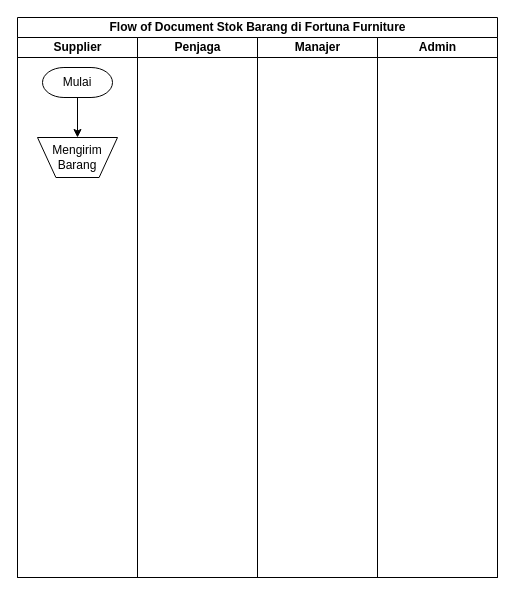
Earlier version of the draw.io diagram Flow of Document.drawio (adityafra/draw-pekael). Source tidied: cells renumbered, new cells numbered last; positions are measured from the earlier drawing's top-left corner, leaving out a move shared by most shapes. Both pictures are drawn from the tidied source at 100%, with x=0, y=0 at pixel (17, 17).
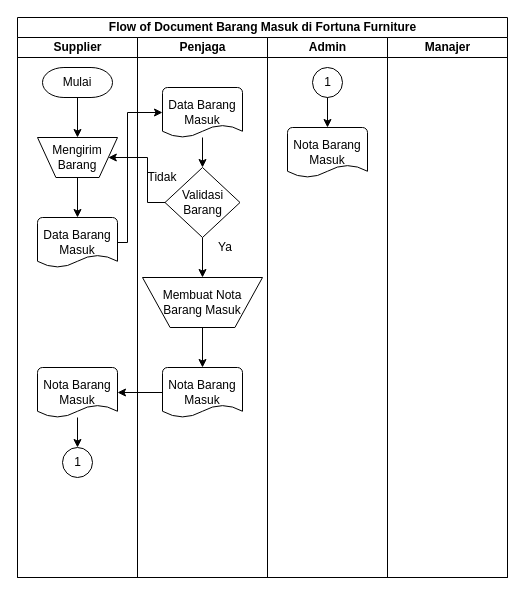
Above is the later version.

Commit message:
Barang Masuk Flow of Document.drawio

The change refers to these unchanged cells:
```xml
<mxCell id="3" value="Supplier" style="swimlane;startSize=20;html=1;" parent="2" vertex="1">
  <mxGeometry y="20" width="120" height="540" as="geometry" />
</mxCell>
<mxCell id="6" value="Mengirim Barang" style="verticalLabelPosition=middle;verticalAlign=middle;html=1;shape=trapezoid;perimeter=trapezoidPerimeter;whiteSpace=wrap;size=0.23;arcSize=10;flipV=1;labelPosition=center;align=center;" parent="3" vertex="1">
  <mxGeometry x="20" y="100" width="80" height="40" as="geometry" />
</mxCell>
```

Change to the diagram source:
```diff
@@
-    <mxCell id="2" value="Flow of Document Stok Barang di Fortuna Furniture" style="swimlane;startSize=20;html=1;" parent="1" vertex="1">
-      <mxGeometry width="480" height="560" as="geometry" />
+    <mxCell id="2" value="Flow of Document Barang Masuk di Fortuna Furniture" style="swimlane;startSize=20;html=1;" parent="1" vertex="1">
+      <mxGeometry width="490" height="560" as="geometry" />
     </mxCell>
@@
+    <mxCell id="10" value="Data Barang Masuk" style="strokeWidth=1;html=1;shape=mxgraph.flowchart.document2;whiteSpace=wrap;size=0.25;" parent="3" vertex="1">
+      <mxGeometry x="20" y="180" width="80" height="50" as="geometry" />
+    </mxCell>
+    <mxCell id="11" style="edgeStyle=orthogonalEdgeStyle;rounded=0;jettySize=auto;html=1;entryX=0.5;entryY=0;entryDx=0;entryDy=0;entryPerimeter=0;" parent="3" edge="1" source="6" target="10">
+      <mxGeometry relative="1" as="geometry" />
+    </mxCell>
+    <mxCell id="12" value="Nota Barang Masuk" style="strokeWidth=1;html=1;shape=mxgraph.flowchart.document2;whiteSpace=wrap;size=0.25;" parent="3" vertex="1">
+      <mxGeometry x="20" y="330" width="80" height="50" as="geometry" />
+    </mxCell>
+    <mxCell id="13" value="1" style="verticalLabelPosition=middle;verticalAlign=middle;html=1;shape=mxgraph.flowchart.on-page_reference;labelPosition=center;align=center;" parent="3" vertex="1">
+      <mxGeometry x="45" y="410" width="30" height="30" as="geometry" />
+    </mxCell>
+    <mxCell id="14" style="edgeStyle=orthogonalEdgeStyle;rounded=0;jettySize=auto;html=1;entryX=0.5;entryY=0;entryDx=0;entryDy=0;entryPerimeter=0;" parent="3" edge="1" source="12" target="13">
+      <mxGeometry relative="1" as="geometry" />
+    </mxCell>
     <mxCell id="7" value="Penjaga" style="swimlane;startSize=20;html=1;" parent="2" vertex="1">
-      <mxGeometry x="120" y="20" width="120" height="540" as="geometry" />
+      <mxGeometry x="120" y="20" width="130" height="540" as="geometry" />
     </mxCell>
+    <mxCell id="15" value="Data Barang Masuk" style="strokeWidth=1;html=1;shape=mxgraph.flowchart.document2;whiteSpace=wrap;size=0.25;" parent="7" vertex="1">
+      <mxGeometry x="25" y="50" width="80" height="50" as="geometry" />
+    </mxCell>
+    <mxCell id="16" style="edgeStyle=orthogonalEdgeStyle;rounded=0;jettySize=auto;html=1;" parent="7" edge="1" source="17" target="22">
+      <mxGeometry relative="1" as="geometry" />
+    </mxCell>
+    <mxCell id="17" value="Validasi Barang" style="strokeWidth=1;html=1;shape=mxgraph.flowchart.decision;whiteSpace=wrap;" parent="7" vertex="1">
+      <mxGeometry x="27.5" y="130" width="75" height="70" as="geometry" />
+    </mxCell>
+    <mxCell id="18" style="edgeStyle=orthogonalEdgeStyle;rounded=0;jettySize=auto;html=1;entryX=0.5;entryY=0;entryDx=0;entryDy=0;entryPerimeter=0;" parent="7" edge="1" source="15" target="17">
+      <mxGeometry relative="1" as="geometry" />
+    </mxCell>
+    <mxCell id="19" value="Nota Barang Masuk" style="strokeWidth=1;html=1;shape=mxgraph.flowchart.document2;whiteSpace=wrap;size=0.25;" parent="7" vertex="1">
+      <mxGeometry x="25" y="330" width="80" height="50" as="geometry" />
+    </mxCell>
+    <mxCell id="20" value="Ya" style="text;html=1;whiteSpace=wrap;strokeColor=none;fillColor=none;align=center;verticalAlign=middle;rounded=0;" parent="7" vertex="1">
+      <mxGeometry x="72.5" y="200" width="30" height="20" as="geometry" />
+    </mxCell>
+    <mxCell id="21" value="Tidak" style="text;html=1;whiteSpace=wrap;strokeColor=none;fillColor=none;align=center;verticalAlign=middle;rounded=0;" parent="7" vertex="1">
+      <mxGeometry x="10" y="130" width="30" height="20" as="geometry" />
+    </mxCell>
+    <mxCell id="22" value="Membuat Nota Barang Masuk" style="verticalLabelPosition=middle;verticalAlign=middle;html=1;shape=trapezoid;perimeter=trapezoidPerimeter;whiteSpace=wrap;size=0.23;arcSize=10;flipV=1;labelPosition=center;align=center;" parent="7" vertex="1">
+      <mxGeometry x="5" y="240" width="120" height="50" as="geometry" />
+    </mxCell>
+    <mxCell id="23" style="edgeStyle=orthogonalEdgeStyle;rounded=0;jettySize=auto;html=1;entryX=0.5;entryY=0;entryDx=0;entryDy=0;entryPerimeter=0;" parent="7" edge="1" source="22" target="19">
+      <mxGeometry relative="1" as="geometry" />
+    </mxCell>
-    <mxCell id="8" value="Manajer" style="swimlane;startSize=20;html=1;" parent="2" vertex="1">
-      <mxGeometry x="240" y="20" width="120" height="540" as="geometry" />
+    <mxCell id="8" value="Admin" style="swimlane;startSize=20;html=1;" parent="2" vertex="1">
+      <mxGeometry x="250" y="20" width="120" height="540" as="geometry" />
     </mxCell>
+    <mxCell id="24" value="1" style="verticalLabelPosition=middle;verticalAlign=middle;html=1;shape=mxgraph.flowchart.on-page_reference;labelPosition=center;align=center;" parent="8" vertex="1">
+      <mxGeometry x="45" y="30" width="30" height="30" as="geometry" />
+    </mxCell>
+    <mxCell id="25" value="Nota Barang Masuk" style="strokeWidth=1;html=1;shape=mxgraph.flowchart.document2;whiteSpace=wrap;size=0.25;" parent="8" vertex="1">
+      <mxGeometry x="20" y="90" width="80" height="50" as="geometry" />
+    </mxCell>
+    <mxCell id="26" style="edgeStyle=orthogonalEdgeStyle;rounded=0;jettySize=auto;html=1;entryX=0.5;entryY=0;entryDx=0;entryDy=0;entryPerimeter=0;" parent="8" edge="1" source="24" target="25">
+      <mxGeometry relative="1" as="geometry" />
+    </mxCell>
-    <mxCell id="9" value="Admin" style="swimlane;startSize=20;html=1;" parent="2" vertex="1">
-      <mxGeometry x="360" y="20" width="120" height="540" as="geometry" />
+    <mxCell id="9" value="Manajer" style="swimlane;startSize=20;html=1;" parent="2" vertex="1">
+      <mxGeometry x="370" y="20" width="120" height="540" as="geometry" />
     </mxCell>
+    <mxCell id="27" style="edgeStyle=orthogonalEdgeStyle;rounded=0;jettySize=auto;html=1;entryX=0;entryY=0.5;entryDx=0;entryDy=0;entryPerimeter=0;" parent="2" edge="1" source="10" target="15">
+      <mxGeometry relative="1" as="geometry">
+        <Array as="points">
+          <mxPoint x="110" y="225" />
+          <mxPoint x="110" y="95" />
+        </Array>
+      </mxGeometry>
+    </mxCell>
+    <mxCell id="28" style="edgeStyle=orthogonalEdgeStyle;rounded=0;jettySize=auto;html=1;" parent="2" edge="1" source="17" target="6">
+      <mxGeometry relative="1" as="geometry">
+        <Array as="points">
+          <mxPoint x="130" y="185" />
+          <mxPoint x="130" y="140" />
+        </Array>
+      </mxGeometry>
+    </mxCell>
+    <mxCell id="29" style="edgeStyle=orthogonalEdgeStyle;rounded=0;jettySize=auto;html=1;" parent="2" edge="1" source="19" target="12">
+      <mxGeometry relative="1" as="geometry" />
+    </mxCell>
```
